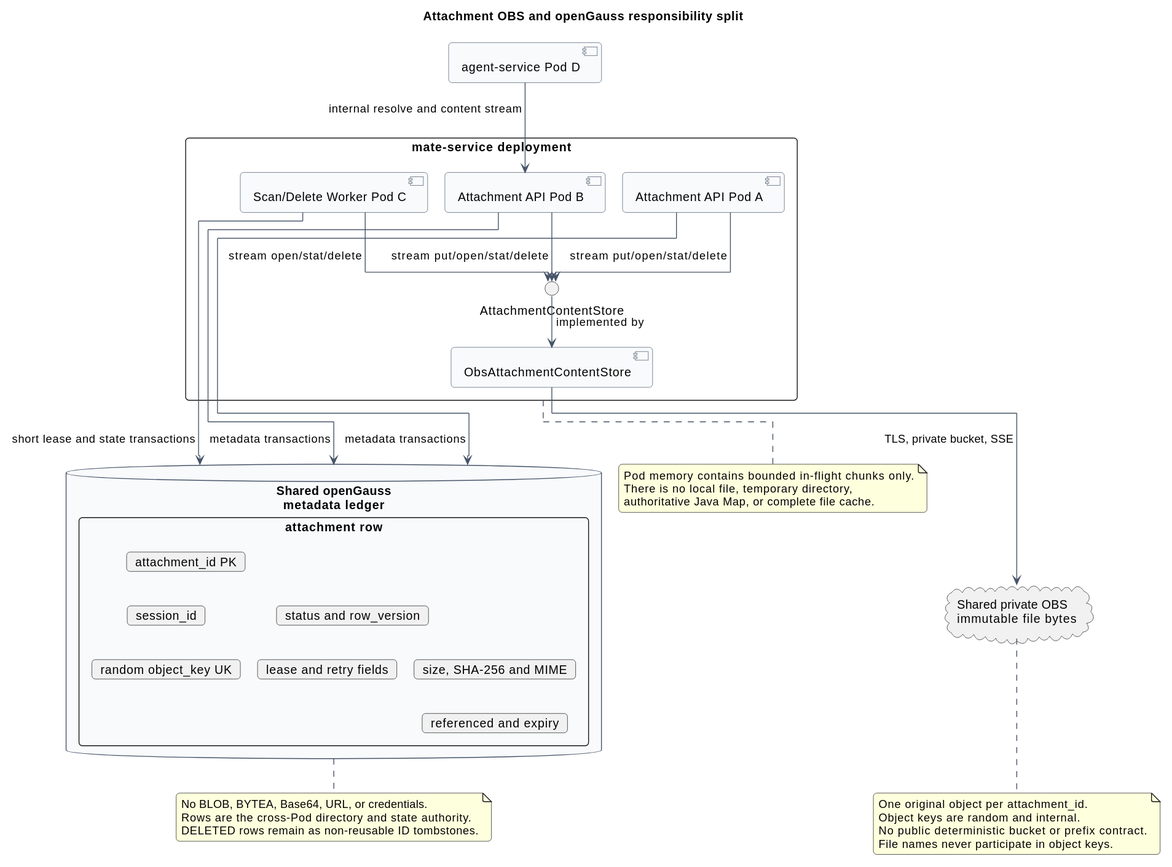
The PlantUML diagram campusmate-attachment-service/attachment_obs_opengauss_storage_split.svg in superheromeZzh/pi-mono-java-design, before a commit.
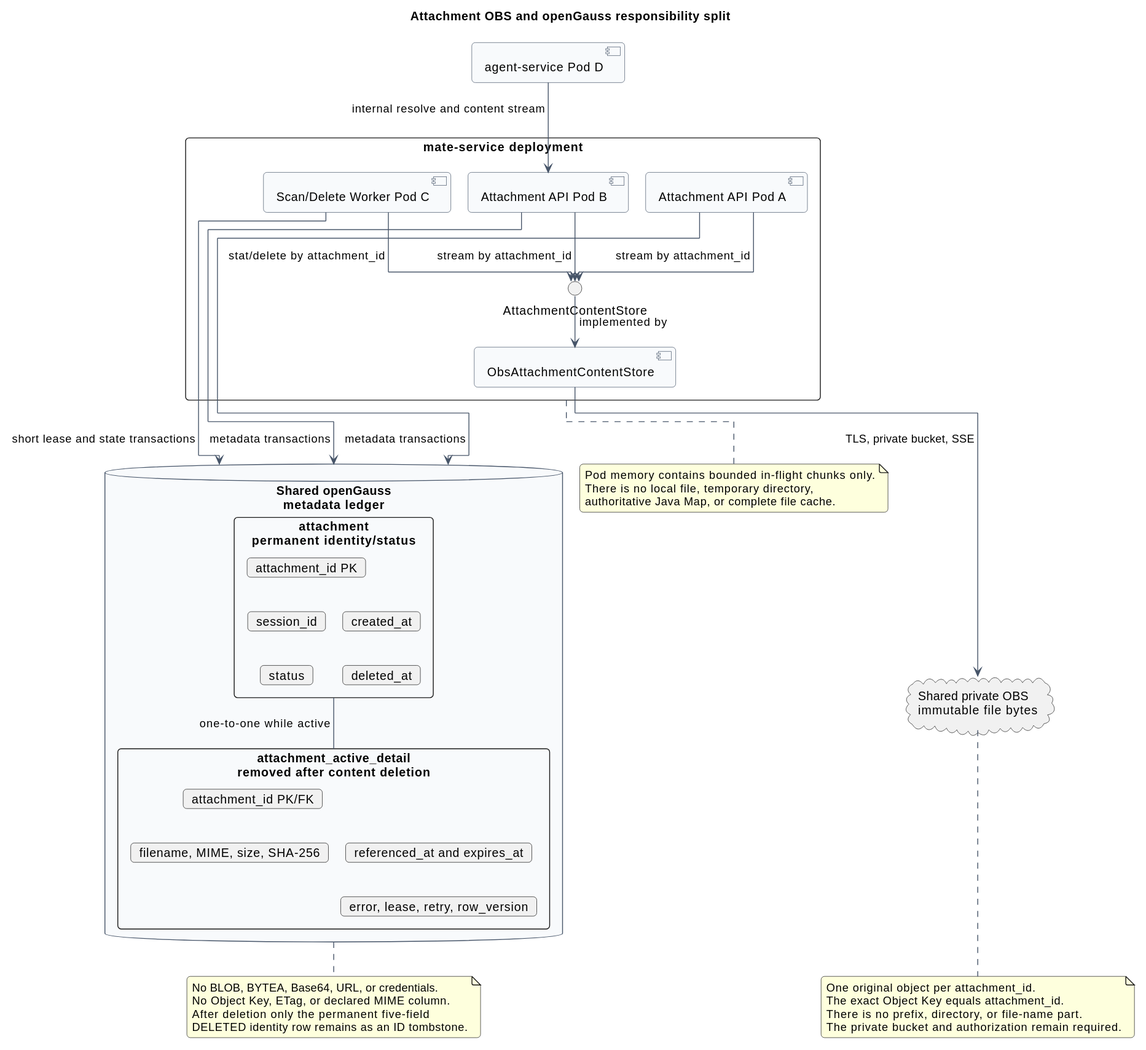
Above is the later version.

The edit, as a diff of the source:
```diff
@@ -20,22 +20,27 @@
   interface "AttachmentContentStore" as Port
   component "ObsAttachmentContentStore" as Adapter
 
-  PodA --> Port : stream put/open/stat/delete
-  PodB --> Port : stream put/open/stat/delete
-  PodC --> Port : stream open/stat/delete
+  PodA --> Port : stream by attachment_id
+  PodB --> Port : stream by attachment_id
+  PodC --> Port : stat/delete by attachment_id
   Port -down-> Adapter : implemented by
 }
 
 database "Shared openGauss\nmetadata ledger" as DB {
-  rectangle "attachment row" as Row {
+  rectangle "attachment\npermanent identity/status" as Row {
     card "attachment_id PK" as AId
     card "session_id" as SId
-    card "random object_key UK" as Key
-    card "status and row_version" as Status
-    card "size, SHA-256 and MIME" as Integrity
-    card "referenced and expiry" as Reference
-    card "lease and retry fields" as Lease
+    card "status" as Status
+    card "created_at" as Created
+    card "deleted_at" as Deleted
   }
+  rectangle "attachment_active_detail\nremoved after content deletion" as Detail {
+    card "attachment_id PK/FK" as DetailId
+    card "filename, MIME, size, SHA-256" as Integrity
+    card "referenced_at and expires_at" as Reference
+    card "error, lease, retry, row_version" as Lease
+  }
+  Row -- Detail : one-to-one while active
 }
 
 cloud "Shared private OBS\nimmutable file bytes" as OBS
@@ -49,15 +54,16 @@
 
 note bottom of DB
 No BLOB, BYTEA, Base64, URL, or credentials.
-Rows are the cross-Pod directory and state authority.
-DELETED rows remain as non-reusable ID tombstones.
+No Object Key, ETag, or declared MIME column.
+After deletion only the permanent five-field
+DELETED identity row remains as an ID tombstone.
 end note
 
 note bottom of OBS
 One original object per attachment_id.
-Object keys are random and internal.
-No public deterministic bucket or prefix contract.
-File names never participate in object keys.
+The exact Object Key equals attachment_id.
+There is no prefix, directory, or file-name part.
+The private bucket and authorization remain required.
 end note
 
 note bottom of Mate
```
